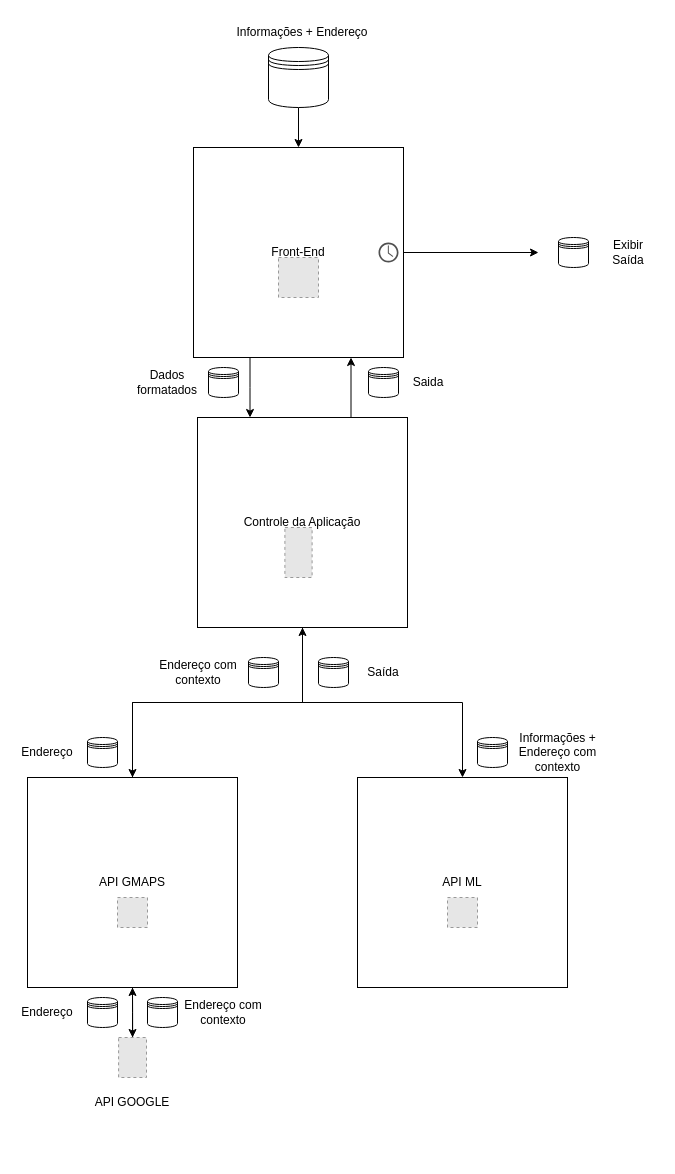
MateusFenoci/dataset-housepricing keeps this draw.io diagram as Diagrama sem nome.drawio. Above is the earlier version. Source tidied: cells renumbered, new cells numbered last; positions are measured from the earlier drawing's top-left corner, leaving out a move shared by most shapes. Both pictures are drawn from the tidied source at 100%, with x=0, y=0 at pixel (17, 17). Pictures stored in the file or linked from it are replaced by grey dashed boxes.
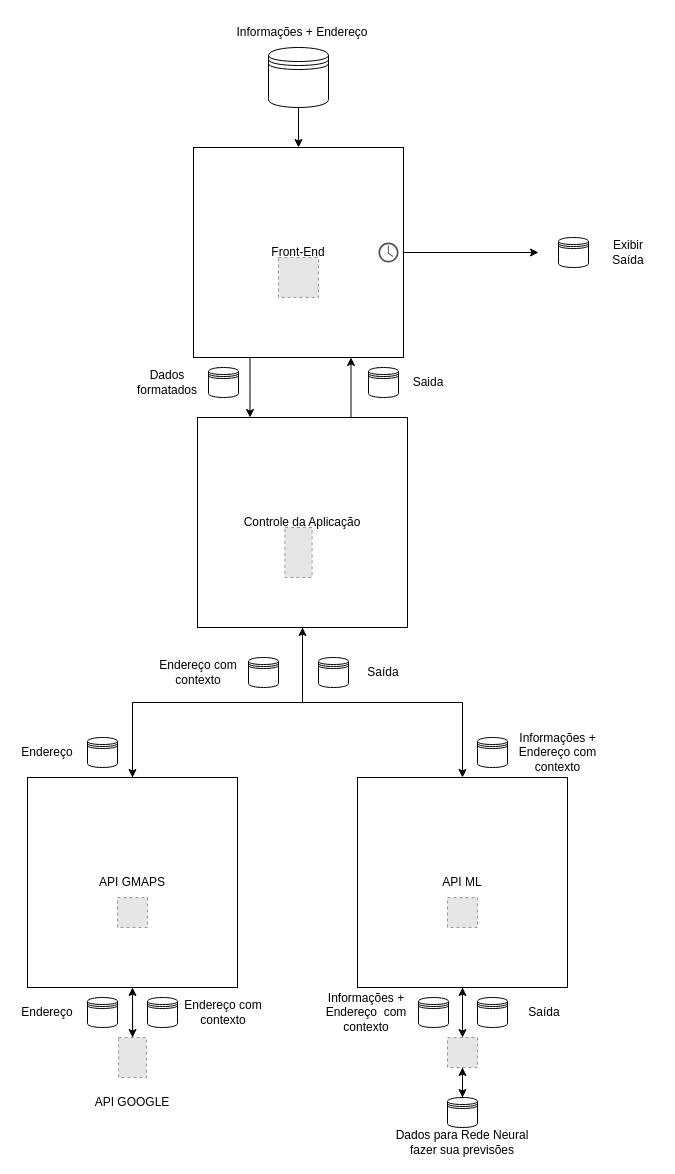
The same page after the edit.

Unchanged cells that the change refers to:
```xml
<mxCell id="23" value="API ML" style="whiteSpace=wrap;html=1;" parent="1" vertex="1">
  <mxGeometry x="340" y="760" width="210" height="210" as="geometry" />
</mxCell>
```

Change to the diagram source:
```diff
@@
+    <mxCell id="42" style="edgeStyle=orthogonalEdgeStyle;rounded=0;jettySize=auto;html=1;exitX=0.5;exitY=1;exitDx=0;exitDy=0;" parent="1" edge="1" source="23" target="45">
+      <mxGeometry relative="1" as="geometry" />
+    </mxCell>
@@
+    <mxCell id="43" style="edgeStyle=orthogonalEdgeStyle;rounded=0;jettySize=auto;html=1;" parent="1" edge="1" source="45">
+      <mxGeometry relative="1" as="geometry">
+        <mxPoint x="445" y="970" as="targetPoint" />
+        <Array as="points">
+          <mxPoint x="445" y="980" />
+          <mxPoint x="445" y="980" />
+        </Array>
+      </mxGeometry>
+    </mxCell>
+    <mxCell id="44" style="edgeStyle=orthogonalEdgeStyle;rounded=0;jettySize=auto;html=1;" parent="1" edge="1" source="45" target="51">
+      <mxGeometry relative="1" as="geometry" />
+    </mxCell>
+    <mxCell id="45" style="fillColor=#E6E6E6;strokeColor=#999999;dashed=1;verticalLabelPosition=bottom;labelBackgroundColor=default;verticalAlign=top;" parent="1" vertex="1">
+      <mxGeometry x="430" y="1020" width="30" height="30" as="geometry" />
+    </mxCell>
+    <mxCell id="46" style="shape=datastore;whiteSpace=wrap;html=1;" parent="1" vertex="1">
+      <mxGeometry x="401" y="980" width="30" height="30" as="geometry" />
+    </mxCell>
+    <mxCell id="47" value="Informações + Endereço&amp;nbsp; com contexto" style="text;html=1;align=center;verticalAlign=middle;whiteSpace=wrap;rounded=0;" parent="1" vertex="1">
+      <mxGeometry x="297" y="980" width="104" height="30" as="geometry" />
+    </mxCell>
+    <mxCell id="48" style="shape=datastore;whiteSpace=wrap;html=1;" parent="1" vertex="1">
+      <mxGeometry x="460" y="980" width="30" height="30" as="geometry" />
+    </mxCell>
+    <mxCell id="49" value="Saída" style="text;html=1;align=center;verticalAlign=middle;whiteSpace=wrap;rounded=0;" parent="1" vertex="1">
+      <mxGeometry x="497" y="980" width="60" height="30" as="geometry" />
+    </mxCell>
+    <mxCell id="50" style="edgeStyle=orthogonalEdgeStyle;rounded=0;jettySize=auto;html=1;entryX=0.5;entryY=1;entryDx=0;entryDy=0;" parent="1" edge="1" source="51" target="45">
+      <mxGeometry relative="1" as="geometry" />
+    </mxCell>
+    <mxCell id="51" style="shape=datastore;whiteSpace=wrap;html=1;" parent="1" vertex="1">
+      <mxGeometry x="430" y="1080" width="30" height="30" as="geometry" />
+    </mxCell>
+    <mxCell id="52" value="Dados para Rede Neural fazer sua previsões" style="text;html=1;align=center;verticalAlign=middle;whiteSpace=wrap;rounded=0;" parent="1" vertex="1">
+      <mxGeometry x="375" y="1110" width="140" height="30" as="geometry" />
+    </mxCell>
```
